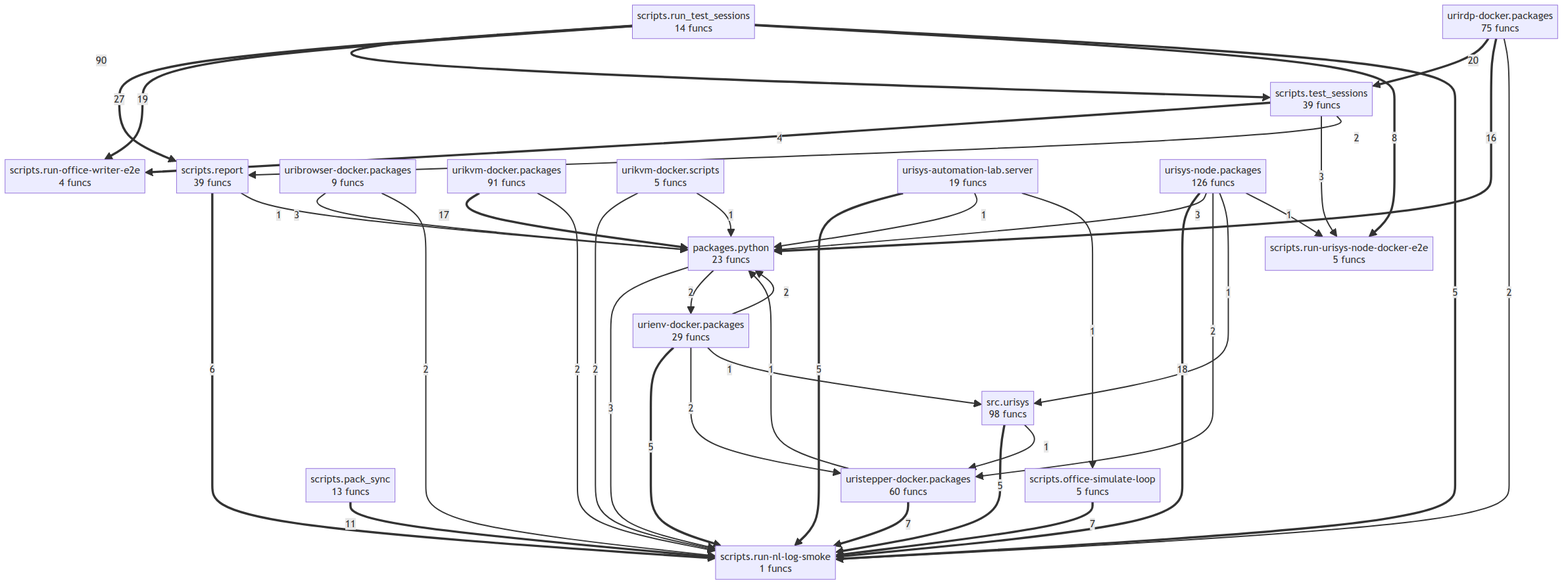
Before: project/compact_flow.png, a diagram exported from Mermaid (tellmesh/urisys). Its source is kept beside it as project/compact_flow.mmd.
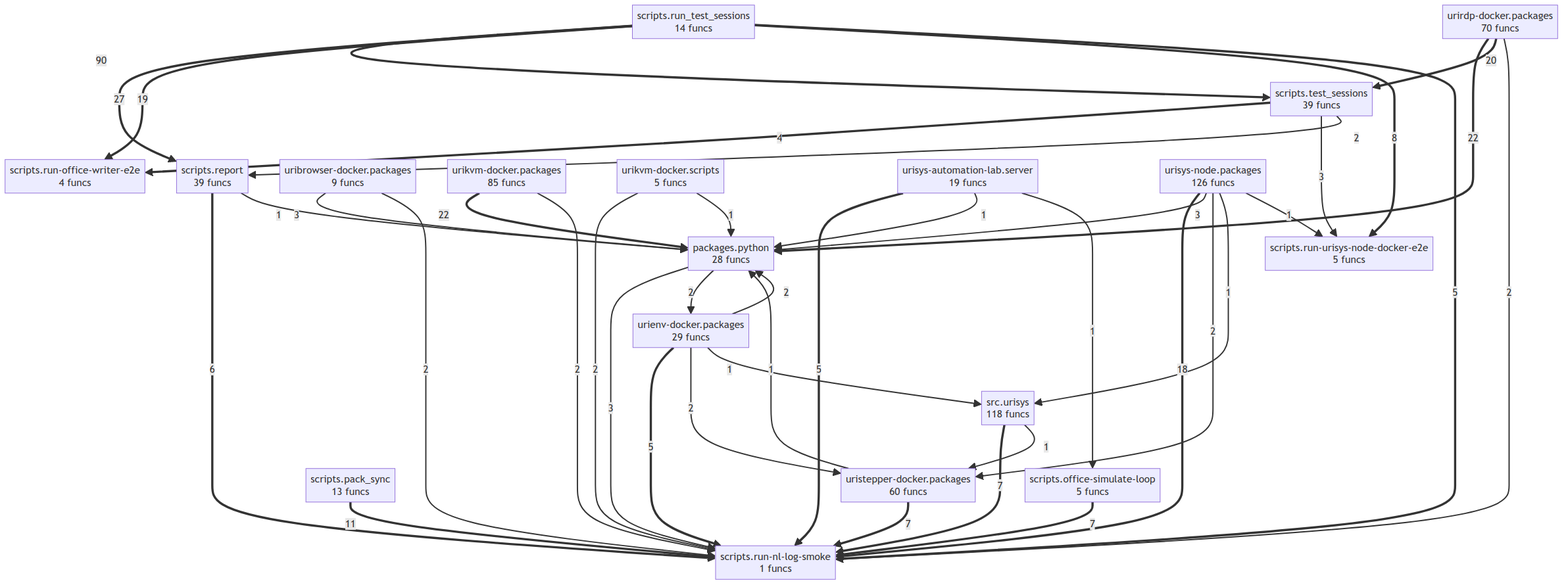
After the commit.

What changed in the source:
```diff
@@ -1,5 +1,5 @@
 flowchart TD
-    packages__python["packages.python<br/>23 funcs"]
+    packages__python["packages.python<br/>28 funcs"]
     scripts__office_simulate_loop["scripts.office-simulate-loop<br/>5 funcs"]
     scripts__pack_sync["scripts.pack_sync<br/>13 funcs"]
     scripts__report["scripts.report<br/>39 funcs"]
@@ -8,28 +8,28 @@
     scripts__run_urisys_node_docker_e2e["scripts.run-urisys-node-docker-e2e<br/>5 funcs"]
     scripts__run_test_sessions["scripts.run_test_sessions<br/>14 funcs"]
     scripts__test_sessions["scripts.test_sessions<br/>39 funcs"]
-    src__urisys["src.urisys<br/>98 funcs"]
+    src__urisys["src.urisys<br/>118 funcs"]
     uribrowser_docker__packages["uribrowser-docker.packages<br/>9 funcs"]
     urienv_docker__packages["urienv-docker.packages<br/>29 funcs"]
-    urikvm_docker__packages["urikvm-docker.packages<br/>91 funcs"]
+    urikvm_docker__packages["urikvm-docker.packages<br/>85 funcs"]
     urikvm_docker__scripts["urikvm-docker.scripts<br/>5 funcs"]
-    urirdp_docker__packages["urirdp-docker.packages<br/>75 funcs"]
+    urirdp_docker__packages["urirdp-docker.packages<br/>70 funcs"]
     uristepper_docker__packages["uristepper-docker.packages<br/>60 funcs"]
     urisys_automation_lab__server["urisys-automation-lab.server<br/>19 funcs"]
     urisys_node__packages["urisys-node.packages<br/>126 funcs"]
     scripts__run_test_sessions ==>|90| scripts__test_sessions
     scripts__run_test_sessions ==>|27| scripts__report
+    urirdp_docker__packages ==>|22| packages__python
+    urikvm_docker__packages ==>|22| packages__python
     urirdp_docker__packages ==>|20| scripts__test_sessions
     scripts__run_test_sessions ==>|19| scripts__run_office_writer_e2e
     urisys_node__packages ==>|18| scripts__run_nl_log_smoke
-    urikvm_docker__packages ==>|17| packages__python
-    urirdp_docker__packages ==>|16| packages__python
     scripts__pack_sync ==>|11| scripts__run_nl_log_smoke
     scripts__run_test_sessions ==>|8| scripts__run_urisys_node_docker_e2e
+    src__urisys ==>|7| scripts__run_nl_log_smoke
     uristepper_docker__packages ==>|7| scripts__run_nl_log_smoke
     scripts__office_simulate_loop ==>|7| scripts__run_nl_log_smoke
     scripts__report ==>|6| scripts__run_nl_log_smoke
-    src__urisys ==>|5| scripts__run_nl_log_smoke
     scripts__run_test_sessions ==>|5| scripts__run_nl_log_smoke
     urisys_automation_lab__server ==>|5| scripts__run_nl_log_smoke
     urienv_docker__packages ==>|5| scripts__run_nl_log_smoke
@@ -47,6 +47,7 @@
     urienv_docker__packages -->|2| uristepper_docker__packages
     urienv_docker__packages -->|2| packages__python
     urisys_node__packages -->|2| uristepper_docker__packages
+    src__urisys -->|1| uristepper_docker__packages
     uristepper_docker__packages -->|1| packages__python
     scripts__report -->|1| packages__python
     urikvm_docker__scripts -->|1| packages__python
@@ -55,4 +56,3 @@
     urienv_docker__packages -->|1| src__urisys
     urisys_node__packages -->|1| src__urisys
     urisys_node__packages -->|1| scripts__run_urisys_node_docker_e2e
-    src__urisys -->|1| uristepper_docker__packages
```
